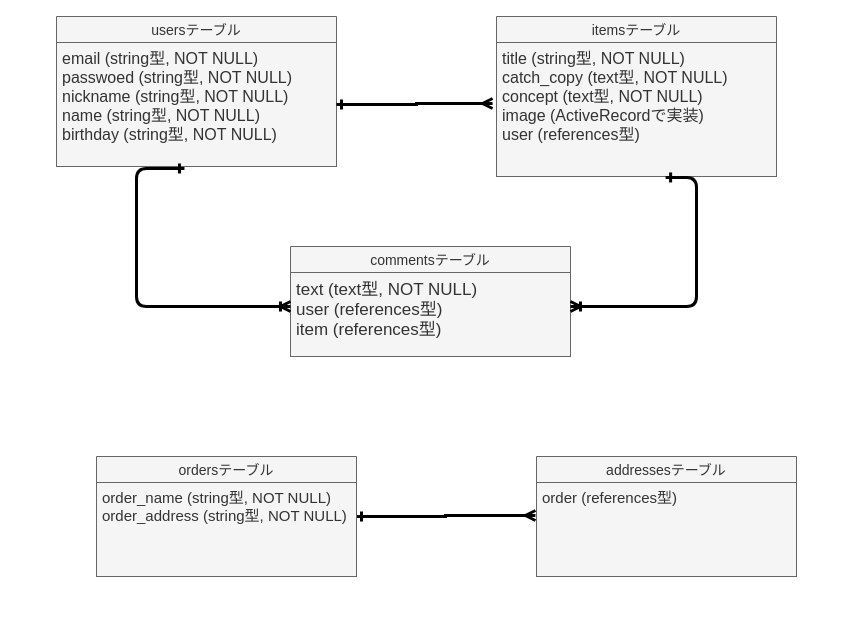
Above: furima.dio in yugotokonami/furima-36388 (draw.io), before the change. Source tidied: cells renumbered, new cells numbered last; positions are measured from the earlier drawing's top-left corner, leaving out a move shared by most shapes. Both pictures are drawn from the tidied source at 100%, with x=0, y=0 at pixel (56, 16).
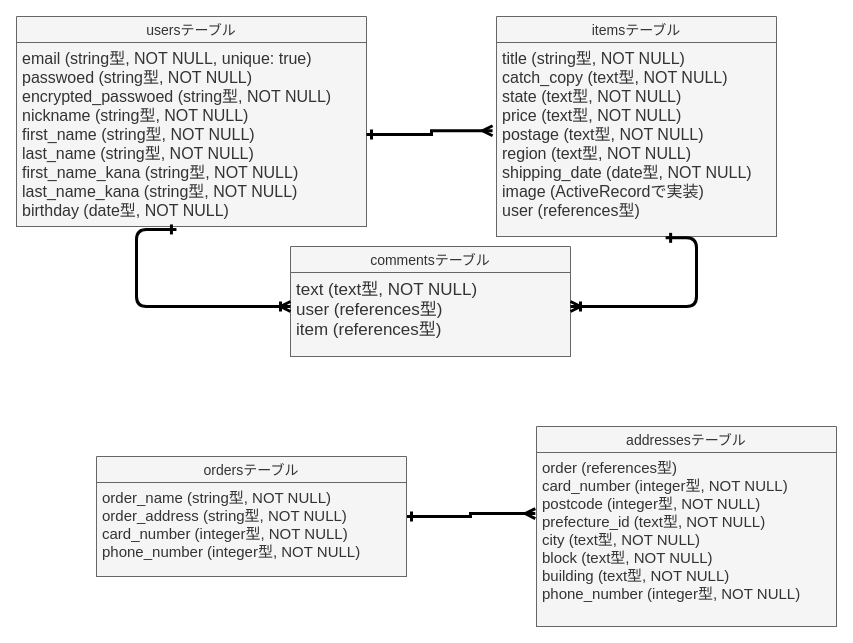
After the change.

Commit message (it also covers changes not shown here):
ER図とREADMEの編集

What changed in the source:
```diff
@@
 <mxGraphModel>
   <root>
     <mxCell id="0" />
     <mxCell id="1" parent="0" />
     <mxCell id="2" value="usersテーブル" style="swimlane;fontStyle=0;horizontal=1;startSize=26;align=center;fontSize=14;fillColor=#f5f5f5;fontColor=#333333;strokeColor=#666666;" parent="1" vertex="1">
-      <mxGeometry width="280" height="150" as="geometry" />
+      <mxGeometry x="-40" width="350" height="210" as="geometry" />
     </mxCell>
-    <mxCell id="3" value="email (string型, NOT NULL)&#10;passwoed (string型, NOT NULL)&#10;nickname (string型, NOT NULL)&#10;name (string型, NOT NULL)&#10;birthday (string型, NOT NULL)" style="text;spacingLeft=4;spacingRight=4;overflow=hidden;points=[[0,0.5],[1,0.5]];portConstraint=eastwest;fontSize=16;fillColor=#f5f5f5;strokeColor=#666666;fontColor=#333333;" parent="2" vertex="1">
-      <mxGeometry y="26" width="280" height="124" as="geometry" />
+    <mxCell id="3" value="email (string型, NOT NULL, unique: true)&#10;passwoed (string型, NOT NULL)&#10;encrypted_passwoed (string型, NOT NULL)&#10;nickname (string型, NOT NULL)&#10;first_name (string型, NOT NULL)&#10;last_name (string型, NOT NULL)&#10;first_name_kana (string型, NOT NULL)&#10;last_name_kana (string型, NOT NULL)&#10;birthday (date型, NOT NULL)" style="text;spacingLeft=4;spacingRight=4;overflow=hidden;points=[[0,0.5],[1,0.5]];portConstraint=eastwest;fontSize=16;fillColor=#f5f5f5;strokeColor=#666666;fontColor=#333333;" parent="2" vertex="1">
+      <mxGeometry y="26" width="350" height="184" as="geometry" />
     </mxCell>
     <mxCell id="4" value="itemsテーブル" style="swimlane;fontStyle=0;horizontal=1;startSize=26;align=center;fontSize=14;fillColor=#f5f5f5;strokeColor=#666666;fontColor=#333333;" parent="1" vertex="1">
-      <mxGeometry x="440" width="280" height="160" as="geometry" />
+      <mxGeometry x="440" width="280" height="220" as="geometry" />
     </mxCell>
-    <mxCell id="5" value="title (string型, NOT NULL)&#10;catch_copy (text型, NOT NULL)&#10;concept (text型, NOT NULL)&#10;image (ActiveRecordで実装)&#10;user (references型)" style="text;strokeColor=#666666;fillColor=#f5f5f5;spacingLeft=4;spacingRight=4;overflow=hidden;points=[[0,0.5],[1,0.5]];portConstraint=eastwest;fontSize=16;strokeWidth=1;fontColor=#333333;" parent="4" vertex="1">
-      <mxGeometry y="26" width="280" height="134" as="geometry" />
+    <mxCell id="5" value="title (string型, NOT NULL)&#10;catch_copy (text型, NOT NULL)&#10;state (text型, NOT NULL)&#10;price (text型, NOT NULL)&#10;postage (text型, NOT NULL)&#10;region (text型, NOT NULL)&#10;shipping_date (date型, NOT NULL)&#10;image (ActiveRecordで実装)&#10;user (references型)" style="text;strokeColor=#666666;fillColor=#f5f5f5;spacingLeft=4;spacingRight=4;overflow=hidden;points=[[0,0.5],[1,0.5]];portConstraint=eastwest;fontSize=16;strokeWidth=1;fontColor=#333333;" parent="4" vertex="1">
+      <mxGeometry y="26" width="280" height="194" as="geometry" />
     </mxCell>
     <mxCell id="6" value="commentsテーブル" style="swimlane;fontStyle=0;horizontal=1;startSize=26;align=center;fontSize=14;fillColor=#f5f5f5;strokeColor=#666666;fontColor=#333333;" parent="1" vertex="1">
       <mxGeometry x="234" y="230" width="280" height="110" as="geometry" />
     </mxCell>
     <mxCell id="7" value="text (text型, NOT NULL)&#10;user (references型)&#10;item (references型)" style="text;strokeColor=#666666;fillColor=#f5f5f5;spacingLeft=4;spacingRight=4;overflow=hidden;fontSize=17;fontColor=#333333;" parent="6" vertex="1">
       <mxGeometry y="26" width="280" height="84" as="geometry" />
     </mxCell>
     <mxCell id="8" style="edgeStyle=orthogonalEdgeStyle;rounded=0;jettySize=auto;html=1;exitX=1;exitY=0.5;exitDx=0;exitDy=0;entryX=-0.014;entryY=0.455;entryDx=0;entryDy=0;entryPerimeter=0;fontSize=17;fontColor=#000000;startArrow=ERone;startFill=0;endArrow=ERmany;endFill=0;strokeWidth=3;" parent="1" edge="1" source="3" target="5">
       <mxGeometry relative="1" as="geometry" />
     </mxCell>
     <mxCell id="9" style="edgeStyle=elbowEdgeStyle;fontSize=12;html=1;endArrow=ERoneToMany;fontColor=#000000;strokeWidth=3;exitX=0.457;exitY=1.016;exitDx=0;exitDy=0;exitPerimeter=0;startArrow=ERone;startFill=0;" parent="1" edge="1" source="3">
       <mxGeometry relative="1" as="geometry">
         <mxPoint x="234" y="290" as="targetPoint" />
         <Array as="points">
           <mxPoint x="80" y="230" />
         </Array>
       </mxGeometry>
     </mxCell>
     <mxCell id="10" style="edgeStyle=elbowEdgeStyle;fontSize=12;html=1;endArrow=ERoneToMany;fontColor=#000000;strokeWidth=3;exitX=0.604;exitY=1.007;exitDx=0;exitDy=0;exitPerimeter=0;startArrow=ERone;startFill=0;" parent="1" edge="1" source="5">
       <mxGeometry relative="1" as="geometry">
         <mxPoint x="514" y="290" as="targetPoint" />
         <Array as="points">
           <mxPoint x="640" y="250" />
         </Array>
       </mxGeometry>
     </mxCell>
     <mxCell id="11" style="edgeStyle=elbowEdgeStyle;rounded=0;jettySize=auto;html=1;exitX=1;exitY=0.5;exitDx=0;exitDy=0;entryX=-0.004;entryY=0.351;entryDx=0;entryDy=0;entryPerimeter=0;fontSize=15;fontColor=#000000;startArrow=ERone;startFill=0;endArrow=ERmany;endFill=0;strokeWidth=3;" parent="1" edge="1" source="12" target="15">
       <mxGeometry relative="1" as="geometry" />
     </mxCell>
     <mxCell id="12" value="ordersテーブル" style="swimlane;fontStyle=0;horizontal=1;startSize=26;align=center;fontSize=14;fontColor=#333333;strokeWidth=1;fillColor=#f5f5f5;strokeColor=#666666;" parent="1" vertex="1">
-      <mxGeometry x="40" y="440" width="260" height="120" as="geometry" />
+      <mxGeometry x="40" y="440" width="310" height="120" as="geometry" />
     </mxCell>
-    <mxCell id="13" value="order_name (string型, NOT NULL)&#10;order_address (string型, NOT NULL)" style="text;strokeColor=#666666;fillColor=#f5f5f5;spacingLeft=4;spacingRight=4;overflow=hidden;fontSize=15;align=left;verticalAlign=top;fontColor=#333333;" parent="12" vertex="1">
-      <mxGeometry y="26" width="260" height="94" as="geometry" />
+    <mxCell id="13" value="order_name (string型, NOT NULL)&#10;order_address (string型, NOT NULL)&#10;card_number (integer型, NOT NULL)&#10;phone_number (integer型, NOT NULL)" style="text;strokeColor=#666666;fillColor=#f5f5f5;spacingLeft=4;spacingRight=4;overflow=hidden;fontSize=15;align=left;verticalAlign=top;fontColor=#333333;" parent="12" vertex="1">
+      <mxGeometry y="26" width="310" height="94" as="geometry" />
     </mxCell>
     <mxCell id="14" value="addressesテーブル" style="swimlane;fontStyle=0;horizontal=1;startSize=26;align=center;fontSize=14;fontColor=#333333;strokeWidth=1;fillColor=#f5f5f5;strokeColor=#666666;" parent="1" vertex="1">
-      <mxGeometry x="480" y="440" width="260" height="120" as="geometry" />
+      <mxGeometry x="480" y="410" width="300" height="200" as="geometry" />
     </mxCell>
-    <mxCell id="15" value="order (references型)" style="text;strokeColor=#666666;fillColor=#f5f5f5;spacingLeft=4;spacingRight=4;overflow=hidden;points=[[0,0.5],[1,0.5]];portConstraint=eastwest;fontSize=15;align=left;verticalAlign=top;fontColor=#333333;" parent="14" vertex="1">
-      <mxGeometry y="26" width="260" height="94" as="geometry" />
+    <mxCell id="15" value="order (references型)&#10;card_number (integer型, NOT NULL)&#10;postcode (integer型, NOT NULL)&#10;prefecture_id (text型, NOT NULL)&#10;city (text型, NOT NULL)&#10;block (text型, NOT NULL)&#10;building (text型, NOT NULL)&#10;phone_number (integer型, NOT NULL)" style="text;strokeColor=#666666;fillColor=#f5f5f5;spacingLeft=4;spacingRight=4;overflow=hidden;points=[[0,0.5],[1,0.5]];portConstraint=eastwest;fontSize=15;align=left;verticalAlign=top;fontColor=#333333;" parent="14" vertex="1">
+      <mxGeometry y="26" width="300" height="174" as="geometry" />
     </mxCell>
   </root>
 </mxGraphModel>
```
